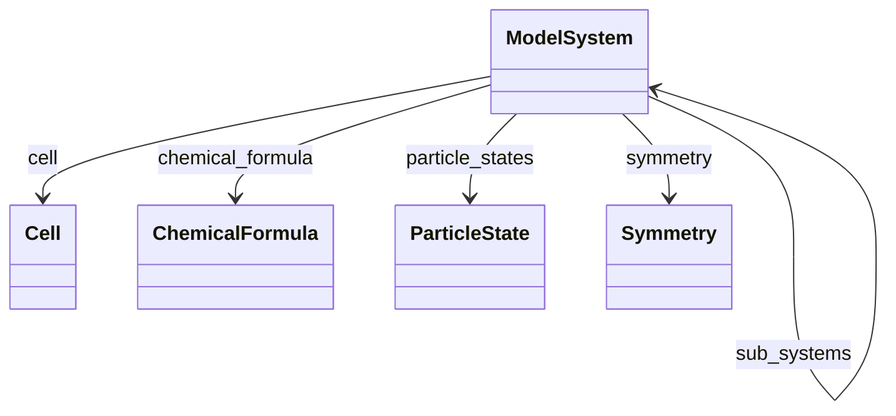
Above: docs/assets/diagrams/model_system_0.png in FAIRmat-NFDI/nomad-simulations (Mermaid), before the change. Its source is kept beside it as docs/assets/diagrams/model_system_0.png.mmd.
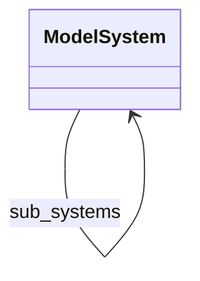
Later version of the same file.

What changed in the source:
```diff
@@ -1,11 +1,3 @@
 classDiagram
-    class Cell
-    class ChemicalFormula
     class ModelSystem
-    class ParticleState
-    class Symmetry
-    ModelSystem --> Cell : cell
-    ModelSystem --> ChemicalFormula : chemical_formula
     ModelSystem --> ModelSystem : sub_systems
-    ModelSystem --> ParticleState : particle_states
-    ModelSystem --> Symmetry : symmetry
```
